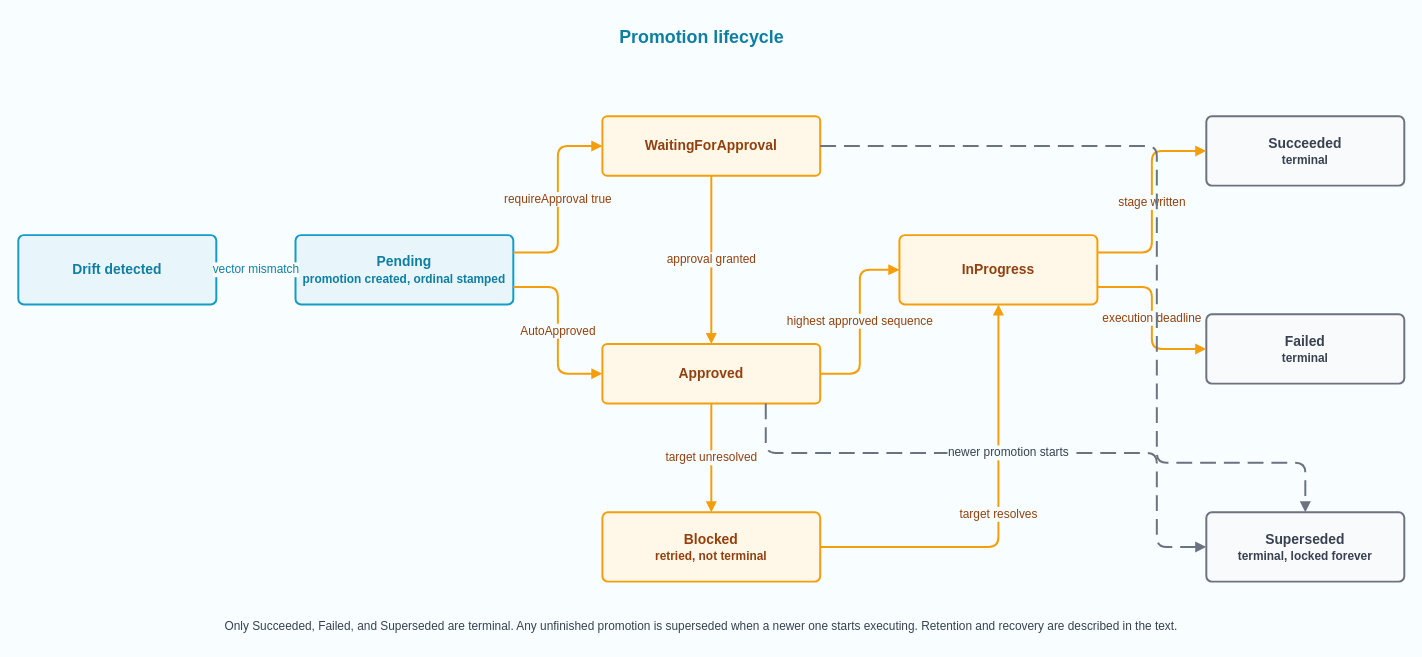
Before: public/assets/diagrams/promotion-lifecycle.drawio in konfidence-project/konfidence-docs, a draw.io diagram. Source tidied: cells renumbered, new cells numbered last; positions are measured from the earlier drawing's top-left corner, leaving out a move shared by most shapes. Both pictures are drawn from the tidied source at 99%, with x=0, y=0 at pixel (18, 17).
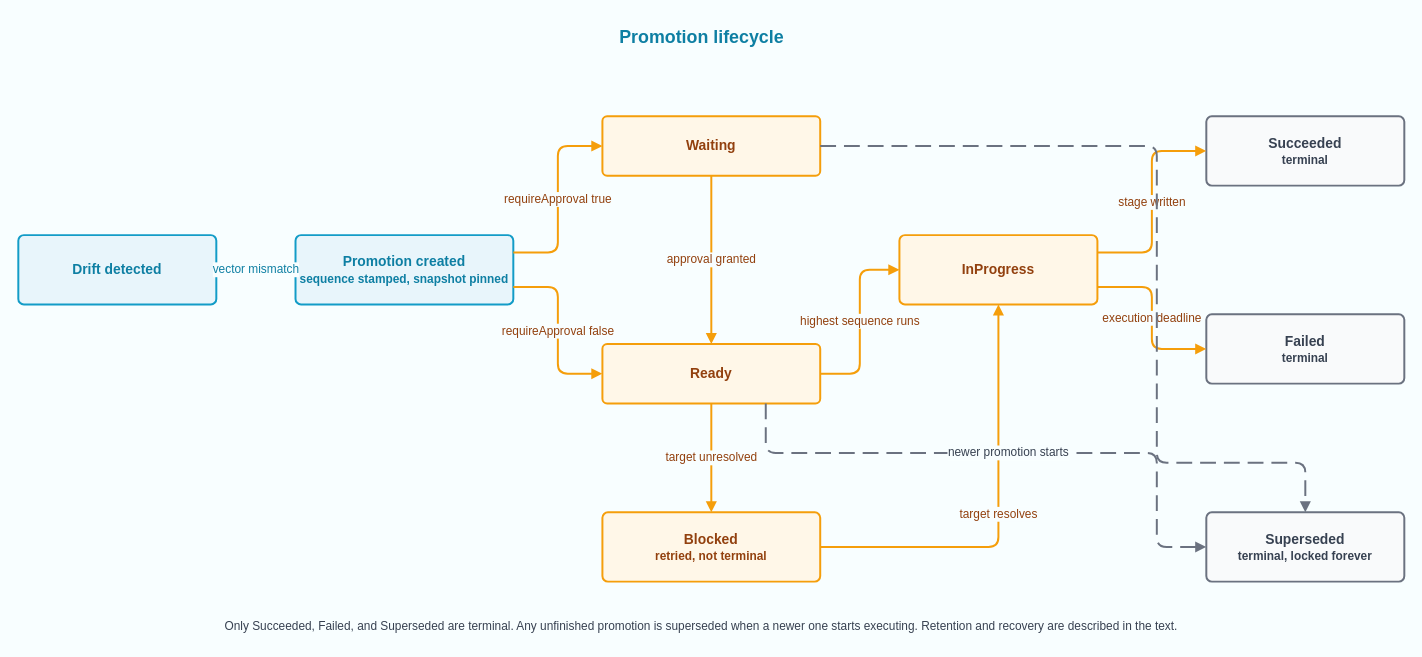
The same diagram, later.

Commit message (it also covers changes not shown here):
docs(core-concepts): tighten the promotions page and track the renamed states

Drop the drift-flag aside, the credentials/verification paragraph, and
the alias-model history section. Trim the direct-creation and landscape
reference passages. Rename the lifecycle section to inner workings and
update it to the current API: states are Waiting, Ready, InProgress,
Blocked, Succeeded, Failed, Superseded; auto-approved promotions carry
no Approved condition; approval is recorded once in status.approval.
Rename the lifecycle diagram states to match.

Unchanged cells that the change refers to:
```xml
<mxCell id="8" value="&lt;b&gt;InProgress&lt;/b&gt;" style="rounded=1;arcSize=8;whiteSpace=wrap;html=1;fillColor=#FFF7E8;strokeColor=#F59E0B;strokeWidth=2;fontSize=14;fontColor=#92400E;fontStyle=1;" parent="1" vertex="1">
  <mxGeometry x="890" y="220" width="200" height="70" as="geometry" />
</mxCell>
```

The edit, as a diff of the source:
```diff
@@
-    <mxCell id="4" value="&lt;b&gt;Pending&lt;/b&gt;&lt;div&gt;&lt;font style=&quot;font-size: 12px;&quot;&gt;promotion created, ordinal stamped&lt;/font&gt;&lt;/div&gt;" style="rounded=1;arcSize=8;whiteSpace=wrap;html=1;fillColor=#E8F5FB;strokeColor=#139CC7;strokeWidth=2;fontSize=14;fontColor=#0E7FA3;fontStyle=1;" parent="1" vertex="1">
+    <mxCell id="4" value="&lt;b&gt;Promotion created&lt;/b&gt;&lt;div&gt;&lt;font style=&quot;font-size: 12px;&quot;&gt;sequence stamped, snapshot pinned&lt;/font&gt;&lt;/div&gt;" style="rounded=1;arcSize=8;whiteSpace=wrap;html=1;fillColor=#E8F5FB;strokeColor=#139CC7;strokeWidth=2;fontSize=14;fontColor=#0E7FA3;fontStyle=1;" parent="1" vertex="1">
       <mxGeometry x="280" y="220" width="220" height="70" as="geometry" />
     </mxCell>
-    <mxCell id="5" value="&lt;b&gt;WaitingForApproval&lt;/b&gt;" style="rounded=1;arcSize=8;whiteSpace=wrap;html=1;fillColor=#FFF7E8;strokeColor=#F59E0B;strokeWidth=2;fontSize=14;fontColor=#92400E;fontStyle=1;" parent="1" vertex="1">
+    <mxCell id="5" value="&lt;b&gt;Waiting&lt;/b&gt;" style="rounded=1;arcSize=8;whiteSpace=wrap;html=1;fillColor=#FFF7E8;strokeColor=#F59E0B;strokeWidth=2;fontSize=14;fontColor=#92400E;fontStyle=1;" parent="1" vertex="1">
       <mxGeometry x="590" y="100" width="220" height="60" as="geometry" />
     </mxCell>
-    <mxCell id="6" value="&lt;b&gt;Approved&lt;/b&gt;" style="rounded=1;arcSize=8;whiteSpace=wrap;html=1;fillColor=#FFF7E8;strokeColor=#F59E0B;strokeWidth=2;fontSize=14;fontColor=#92400E;fontStyle=1;" parent="1" vertex="1">
+    <mxCell id="6" value="&lt;b&gt;Ready&lt;/b&gt;" style="rounded=1;arcSize=8;whiteSpace=wrap;html=1;fillColor=#FFF7E8;strokeColor=#F59E0B;strokeWidth=2;fontSize=14;fontColor=#92400E;fontStyle=1;" parent="1" vertex="1">
       <mxGeometry x="590" y="330" width="220" height="60" as="geometry" />
     </mxCell>
@@
-    <mxCell id="14" value="AutoApproved" style="endArrow=block;endFill=1;strokeColor=#F59E0B;strokeWidth=2;fontSize=12;fontColor=#92400E;html=1;edgeStyle=orthogonalEdgeStyle;rounded=1;labelBackgroundColor=#F8FEFF;exitX=1;exitY=0.75;exitDx=0;exitDy=0;entryX=0;entryY=0.5;entryDx=0;entryDy=0;" parent="1" edge="1" source="4" target="6">
+    <mxCell id="14" value="requireApproval false" style="endArrow=block;endFill=1;strokeColor=#F59E0B;strokeWidth=2;fontSize=12;fontColor=#92400E;html=1;edgeStyle=orthogonalEdgeStyle;rounded=1;labelBackgroundColor=#F8FEFF;exitX=1;exitY=0.75;exitDx=0;exitDy=0;entryX=0;entryY=0.5;entryDx=0;entryDy=0;" parent="1" edge="1" source="4" target="6">
       <mxGeometry relative="1" as="geometry" />
     </mxCell>
@@
-    <mxCell id="16" value="highest approved sequence" style="endArrow=block;endFill=1;strokeColor=#F59E0B;strokeWidth=2;fontSize=12;fontColor=#92400E;html=1;edgeStyle=orthogonalEdgeStyle;rounded=1;labelBackgroundColor=#F8FEFF;exitX=1;exitY=0.5;exitDx=0;exitDy=0;entryX=0;entryY=0.5;entryDx=0;entryDy=0;" parent="1" edge="1" source="6" target="8">
+    <mxCell id="16" value="highest sequence runs" style="endArrow=block;endFill=1;strokeColor=#F59E0B;strokeWidth=2;fontSize=12;fontColor=#92400E;html=1;edgeStyle=orthogonalEdgeStyle;rounded=1;labelBackgroundColor=#F8FEFF;exitX=1;exitY=0.5;exitDx=0;exitDy=0;entryX=0;entryY=0.5;entryDx=0;entryDy=0;" parent="1" edge="1" source="6" target="8">
       <mxGeometry relative="1" as="geometry" />
     </mxCell>
```
